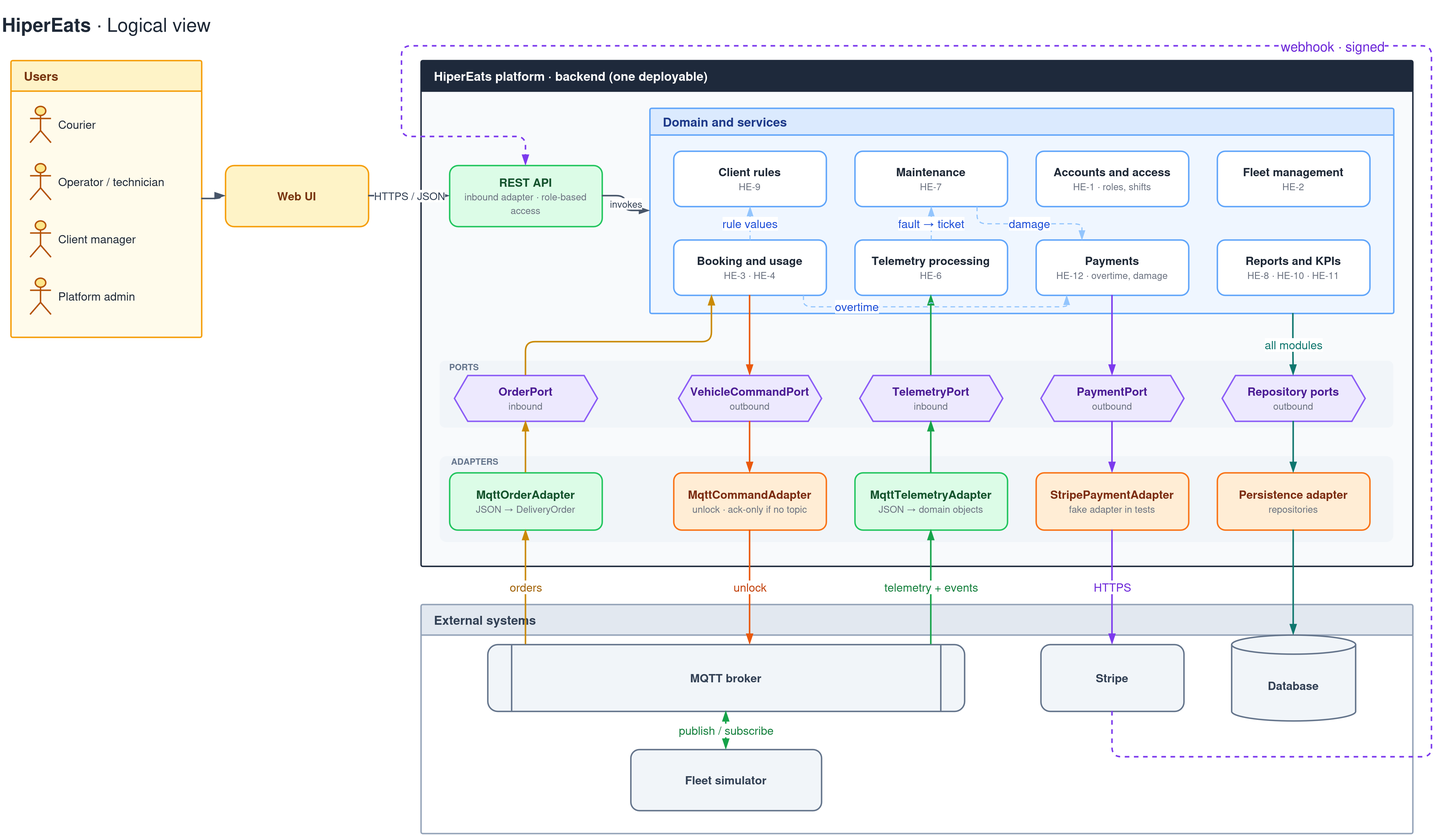
Before: docs/architecture/logical-view.png, a diagram exported from draw.io (HiperEats/HiperEats). Source tidied: cells renumbered, new cells last; positions are measured from the earlier drawing's top-left corner, leaving out a move shared by most shapes.
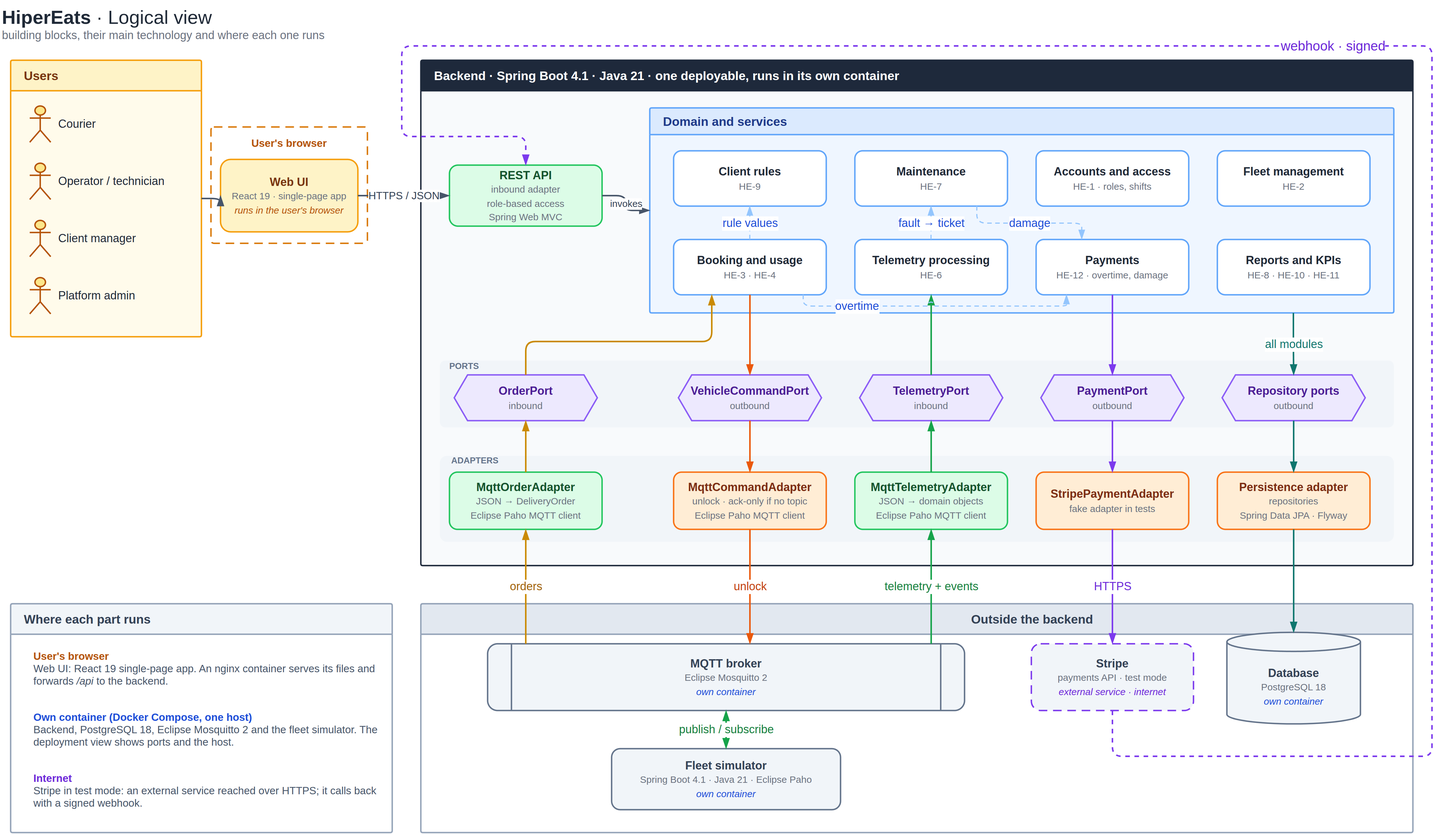
The same file after the commit.

Commit message:
HE-58 Show the technology and where each part runs in the logical view

Fix the deployment view versions: Spring Boot 4.1 and PostgreSQL 18.

Diff of the diagram source:
```diff
@@ -2,7 +2,7 @@
   <root>
     <mxCell id="0" />
     <mxCell id="1" parent="0" />
-    <mxCell id="2" value="&lt;font style=&quot;font-size:20px&quot;&gt;&lt;b&gt;HiperEats&lt;/b&gt; · Logical view&lt;/font&gt;" style="text;html=1;align=left;verticalAlign=middle;whiteSpace=wrap;strokeColor=none;fillColor=none;fontFamily=Helvetica;fontColor=#1F2937;" parent="1" vertex="1">
+    <mxCell id="2" value="&lt;font style=&quot;font-size:20px&quot;&gt;&lt;b&gt;HiperEats&lt;/b&gt; · Logical view&lt;/font&gt;&lt;br&gt;&lt;font style='font-size:12px' color='#6B7280'&gt;building blocks, their main technology and where each one runs&lt;/font&gt;" style="text;html=1;align=left;verticalAlign=middle;whiteSpace=wrap;strokeColor=none;fillColor=none;fontFamily=Helvetica;fontColor=#1F2937;" parent="1" vertex="1">
       <mxGeometry width="760" height="50" as="geometry" />
     </mxCell>
     <mxCell id="3" value="Users" style="whiteSpace=wrap;html=1;fontSize=12;fontFamily=Helvetica;fontColor=#1F2937;swimlane;startSize=32;rounded=1;arcSize=4;absoluteArcSize=1;horizontal=1;fillColor=#FEF3C7;swimlaneFillColor=#FFFBEB;strokeColor=#F59E0B;strokeWidth=1.5;fontStyle=1;fontSize=13;fontColor=#78350F;align=left;spacingLeft=12;" parent="1" vertex="1">
@@ -20,13 +20,16 @@
     <mxCell id="7" value="Platform admin" style="shape=umlActor;verticalLabelPosition=middle;labelPosition=right;align=left;verticalAlign=middle;spacingLeft=6;html=1;fillColor=#FDE68A;strokeColor=#B45309;strokeWidth=1.5;fontSize=12;fontFamily=Helvetica;fontColor=#1F2937;" parent="3" vertex="1">
       <mxGeometry x="20" y="228" width="22" height="38" as="geometry" />
     </mxCell>
+    <mxCell id="63" value="User's browser" style="rounded=1;arcSize=6;absoluteArcSize=1;html=1;whiteSpace=wrap;dashed=1;dashPattern=6 4;fillColor=none;strokeColor=#D97706;strokeWidth=1.5;fontFamily=Helvetica;fontSize=11;fontStyle=1;fontColor=#B45309;verticalAlign=top;align=center;spacingTop=4;" parent="1" vertex="1">
+      <mxGeometry x="221" y="133" width="164" height="122" as="geometry" />
+    </mxCell>
-    <mxCell id="8" value="&lt;b&gt;Web UI&lt;/b&gt;" style="whiteSpace=wrap;html=1;fontSize=12;fontFamily=Helvetica;fontColor=#1F2937;rounded=1;arcSize=14;fillColor=#FEF3C7;strokeColor=#F59E0B;strokeWidth=1.5;fontColor=#78350F;" parent="1" vertex="1">
-      <mxGeometry x="236" y="173" width="150" height="64" as="geometry" />
+    <mxCell id="8" value="&lt;b&gt;Web UI&lt;/b&gt;&lt;br&gt;&lt;font style='font-size:10px' color='#6B7280'&gt;React 19 · single-page app&lt;/font&gt;&lt;br&gt;&lt;font style='font-size:10px' color='#B45309'&gt;&lt;i&gt;runs in the user's browser&lt;/i&gt;&lt;/font&gt;" style="whiteSpace=wrap;html=1;fontSize=12;fontFamily=Helvetica;fontColor=#1F2937;rounded=1;arcSize=14;fillColor=#FEF3C7;strokeColor=#F59E0B;strokeWidth=1.5;fontColor=#78350F;" parent="1" vertex="1">
+      <mxGeometry x="231" y="167" width="144" height="76" as="geometry" />
     </mxCell>
-    <mxCell id="9" value="HiperEats platform  ·  backend (one deployable)" style="whiteSpace=wrap;html=1;fontSize=12;fontFamily=Helvetica;fontColor=#1F2937;swimlane;startSize=32;rounded=1;arcSize=4;absoluteArcSize=1;horizontal=1;fillColor=#1E293B;swimlaneFillColor=#F8FAFC;strokeColor=#1E293B;strokeWidth=1.5;fontStyle=1;fontSize=13;fontColor=#FFFFFF;align=left;spacingLeft=12;" parent="1" vertex="1">
+    <mxCell id="9" value="Backend  ·  Spring Boot 4.1  ·  Java 21  ·  one deployable, runs in its own container" style="whiteSpace=wrap;html=1;fontSize=12;fontFamily=Helvetica;fontColor=#1F2937;swimlane;startSize=32;rounded=1;arcSize=4;absoluteArcSize=1;horizontal=1;fillColor=#1E293B;swimlaneFillColor=#F8FAFC;strokeColor=#1E293B;strokeWidth=1.5;fontStyle=1;fontSize=13;fontColor=#FFFFFF;align=left;spacingLeft=12;" parent="1" vertex="1">
       <mxGeometry x="441" y="63" width="1040" height="530" as="geometry" />
     </mxCell>
-    <mxCell id="10" value="&lt;b&gt;REST API&lt;/b&gt;&lt;br&gt;&lt;font style='font-size:10px' color='#6B7280'&gt;inbound adapter · role-based access&lt;/font&gt;" style="whiteSpace=wrap;html=1;fontSize=12;fontFamily=Helvetica;fontColor=#1F2937;rounded=1;arcSize=14;fillColor=#DCFCE7;strokeColor=#22C55E;strokeWidth=1.5;fontColor=#14532D;" parent="9" vertex="1">
+    <mxCell id="10" value="&lt;b&gt;REST API&lt;/b&gt;&lt;br&gt;&lt;font style='font-size:10px' color='#6B7280'&gt;inbound adapter&lt;/font&gt;&lt;br&gt;&lt;font style='font-size:10px' color='#6B7280'&gt;role-based access&lt;/font&gt;&lt;br&gt;&lt;font style='font-size:10px' color='#6B7280'&gt;Spring Web MVC&lt;/font&gt;" style="whiteSpace=wrap;html=1;fontSize=12;fontFamily=Helvetica;fontColor=#1F2937;rounded=1;arcSize=14;fillColor=#DCFCE7;strokeColor=#22C55E;strokeWidth=1.5;fontColor=#14532D;" parent="9" vertex="1">
       <mxGeometry x="30" y="110" width="160" height="64" as="geometry" />
     </mxCell>
     <mxCell id="11" value="Domain and services&amp;nbsp;" style="whiteSpace=wrap;html=1;fontSize=12;fontFamily=Helvetica;fontColor=#1F2937;swimlane;startSize=28;rounded=1;arcSize=4;absoluteArcSize=1;horizontal=1;fillColor=#DBEAFE;swimlaneFillColor=#EFF6FF;strokeColor=#60A5FA;strokeWidth=1.5;fontStyle=1;fontSize=13;fontColor=#1E3A8A;align=left;spacingLeft=12;" parent="9" vertex="1">
@@ -83,35 +86,35 @@
     <mxCell id="28" value="&lt;b&gt;Repository ports&lt;/b&gt;&lt;br&gt;&lt;font style='font-size:10px' color='#6B7280'&gt;outbound&lt;/font&gt;" style="whiteSpace=wrap;html=1;fontSize=12;fontFamily=Helvetica;fontColor=#1F2937;shape=hexagon;perimeter=hexagonPerimeter2;fixedSize=1;size=14;fillColor=#EDE9FE;strokeColor=#8B5CF6;strokeWidth=1.5;fontColor=#4C1D95;" parent="9" vertex="1">
       <mxGeometry x="840" y="330" width="150" height="48" as="geometry" />
     </mxCell>
-    <mxCell id="29" value="&lt;b&gt;MqttOrderAdapter&lt;/b&gt;&lt;br&gt;&lt;font style='font-size:10px' color='#6B7280'&gt;JSON → DeliveryOrder&lt;/font&gt;" style="whiteSpace=wrap;html=1;fontSize=12;fontFamily=Helvetica;fontColor=#1F2937;rounded=1;arcSize=14;fillColor=#DCFCE7;strokeColor=#22C55E;strokeWidth=1.5;fontColor=#14532D;" parent="9" vertex="1">
+    <mxCell id="29" value="&lt;b&gt;MqttOrderAdapter&lt;/b&gt;&lt;br&gt;&lt;font style='font-size:10px' color='#6B7280'&gt;JSON → DeliveryOrder&lt;/font&gt;&lt;br&gt;&lt;font style='font-size:10px' color='#6B7280'&gt;Eclipse Paho MQTT client&lt;/font&gt;" style="whiteSpace=wrap;html=1;fontSize=12;fontFamily=Helvetica;fontColor=#1F2937;rounded=1;arcSize=14;fillColor=#DCFCE7;strokeColor=#22C55E;strokeWidth=1.5;fontColor=#14532D;" parent="9" vertex="1">
       <mxGeometry x="30" y="432" width="160" height="60" as="geometry" />
     </mxCell>
-    <mxCell id="30" value="&lt;b&gt;MqttCommandAdapter&lt;/b&gt;&lt;br&gt;&lt;font style='font-size:10px' color='#6B7280'&gt;unlock · ack-only if no topic&lt;/font&gt;" style="whiteSpace=wrap;html=1;fontSize=12;fontFamily=Helvetica;fontColor=#1F2937;rounded=1;arcSize=14;fillColor=#FFEDD5;strokeColor=#F97316;strokeWidth=1.5;fontColor=#7C2D12;" parent="9" vertex="1">
+    <mxCell id="30" value="&lt;b&gt;MqttCommandAdapter&lt;/b&gt;&lt;br&gt;&lt;font style='font-size:10px' color='#6B7280'&gt;unlock · ack-only if no topic&lt;/font&gt;&lt;br&gt;&lt;font style='font-size:10px' color='#6B7280'&gt;Eclipse Paho MQTT client&lt;/font&gt;" style="whiteSpace=wrap;html=1;fontSize=12;fontFamily=Helvetica;fontColor=#1F2937;rounded=1;arcSize=14;fillColor=#FFEDD5;strokeColor=#F97316;strokeWidth=1.5;fontColor=#7C2D12;" parent="9" vertex="1">
       <mxGeometry x="265" y="432" width="160" height="60" as="geometry" />
     </mxCell>
-    <mxCell id="31" value="&lt;b&gt;MqttTelemetryAdapter&lt;/b&gt;&lt;br&gt;&lt;font style='font-size:10px' color='#6B7280'&gt;JSON → domain objects&lt;/font&gt;" style="whiteSpace=wrap;html=1;fontSize=12;fontFamily=Helvetica;fontColor=#1F2937;rounded=1;arcSize=14;fillColor=#DCFCE7;strokeColor=#22C55E;strokeWidth=1.5;fontColor=#14532D;" parent="9" vertex="1">
+    <mxCell id="31" value="&lt;b&gt;MqttTelemetryAdapter&lt;/b&gt;&lt;br&gt;&lt;font style='font-size:10px' color='#6B7280'&gt;JSON → domain objects&lt;/font&gt;&lt;br&gt;&lt;font style='font-size:10px' color='#6B7280'&gt;Eclipse Paho MQTT client&lt;/font&gt;" style="whiteSpace=wrap;html=1;fontSize=12;fontFamily=Helvetica;fontColor=#1F2937;rounded=1;arcSize=14;fillColor=#DCFCE7;strokeColor=#22C55E;strokeWidth=1.5;fontColor=#14532D;" parent="9" vertex="1">
       <mxGeometry x="455" y="432" width="160" height="60" as="geometry" />
     </mxCell>
     <mxCell id="32" value="&lt;b&gt;StripePaymentAdapter&lt;/b&gt;&lt;br&gt;&lt;font style='font-size:10px' color='#6B7280'&gt;fake adapter in tests&lt;/font&gt;" style="whiteSpace=wrap;html=1;fontSize=12;fontFamily=Helvetica;fontColor=#1F2937;rounded=1;arcSize=14;fillColor=#FFEDD5;strokeColor=#F97316;strokeWidth=1.5;fontColor=#7C2D12;" parent="9" vertex="1">
       <mxGeometry x="645" y="432" width="160" height="60" as="geometry" />
     </mxCell>
-    <mxCell id="33" value="&lt;b&gt;Persistence adapter&lt;/b&gt;&lt;br&gt;&lt;font style='font-size:10px' color='#6B7280'&gt;repositories&lt;/font&gt;" style="whiteSpace=wrap;html=1;fontSize=12;fontFamily=Helvetica;fontColor=#1F2937;rounded=1;arcSize=14;fillColor=#FFEDD5;strokeColor=#F97316;strokeWidth=1.5;fontColor=#7C2D12;" parent="9" vertex="1">
+    <mxCell id="33" value="&lt;b&gt;Persistence adapter&lt;/b&gt;&lt;br&gt;&lt;font style='font-size:10px' color='#6B7280'&gt;repositories&lt;/font&gt;&lt;br&gt;&lt;font style='font-size:10px' color='#6B7280'&gt;Spring Data JPA · Flyway&lt;/font&gt;" style="whiteSpace=wrap;html=1;fontSize=12;fontFamily=Helvetica;fontColor=#1F2937;rounded=1;arcSize=14;fillColor=#FFEDD5;strokeColor=#F97316;strokeWidth=1.5;fontColor=#7C2D12;" parent="9" vertex="1">
       <mxGeometry x="835" y="432" width="160" height="60" as="geometry" />
     </mxCell>
-    <mxCell id="34" value="External systems" style="whiteSpace=wrap;html=1;fontSize=12;fontFamily=Helvetica;fontColor=#1F2937;swimlane;startSize=32;rounded=1;arcSize=4;absoluteArcSize=1;horizontal=1;fillColor=#E2E8F0;swimlaneFillColor=#FFFFFF;strokeColor=#94A3B8;strokeWidth=1.5;fontStyle=1;fontSize=13;fontColor=#334155;align=left;spacingLeft=12;" parent="1" vertex="1">
+    <mxCell id="34" value="Outside the backend" style="whiteSpace=wrap;html=1;fontSize=12;fontFamily=Helvetica;fontColor=#1F2937;swimlane;startSize=32;rounded=1;arcSize=4;absoluteArcSize=1;horizontal=1;fillColor=#E2E8F0;swimlaneFillColor=#FFFFFF;strokeColor=#94A3B8;strokeWidth=1.5;fontStyle=1;fontSize=13;fontColor=#334155;align=left;spacingLeft=575;" parent="1" vertex="1">
       <mxGeometry x="441" y="633" width="1040" height="240" as="geometry" />
     </mxCell>
-    <mxCell id="35" value="&lt;b&gt;MQTT broker&lt;/b&gt;" style="whiteSpace=wrap;html=1;fontSize=12;fontFamily=Helvetica;fontColor=#1F2937;shape=process;backgroundOutline=1;size=0.05;rounded=1;fillColor=#F1F5F9;strokeColor=#64748B;strokeWidth=1.5;fontColor=#334155;" parent="34" vertex="1">
+    <mxCell id="35" value="&lt;b&gt;MQTT broker&lt;/b&gt;&lt;br&gt;&lt;font style='font-size:10px' color='#6B7280'&gt;Eclipse Mosquitto 2&lt;/font&gt;&lt;br&gt;&lt;font style='font-size:10px' color='#1D4ED8'&gt;&lt;i&gt;own container&lt;/i&gt;&lt;/font&gt;" style="whiteSpace=wrap;html=1;fontSize=12;fontFamily=Helvetica;fontColor=#1F2937;shape=process;backgroundOutline=1;size=0.05;rounded=1;fillColor=#F1F5F9;strokeColor=#64748B;strokeWidth=1.5;fontColor=#334155;" parent="34" vertex="1">
       <mxGeometry x="70" y="42" width="500" height="70" as="geometry" />
     </mxCell>
-    <mxCell id="36" value="&lt;b&gt;Fleet simulator&lt;/b&gt;" style="whiteSpace=wrap;html=1;fontSize=12;fontFamily=Helvetica;fontColor=#1F2937;rounded=1;arcSize=14;fillColor=#F1F5F9;strokeColor=#64748B;strokeWidth=1.5;fontColor=#334155;" parent="34" vertex="1">
-      <mxGeometry x="220" y="152" width="200" height="64" as="geometry" />
+    <mxCell id="36" value="&lt;b&gt;Fleet simulator&lt;/b&gt;&lt;br&gt;&lt;font style='font-size:10px' color='#6B7280'&gt;Spring Boot 4.1 · Java 21 · Eclipse Paho&lt;/font&gt;&lt;br&gt;&lt;font style='font-size:10px' color='#1D4ED8'&gt;&lt;i&gt;own container&lt;/i&gt;&lt;/font&gt;" style="whiteSpace=wrap;html=1;fontSize=12;fontFamily=Helvetica;fontColor=#1F2937;rounded=1;arcSize=14;fillColor=#F1F5F9;strokeColor=#64748B;strokeWidth=1.5;fontColor=#334155;" parent="34" vertex="1">
+      <mxGeometry x="200" y="152" width="240" height="64" as="geometry" />
     </mxCell>
-    <mxCell id="37" value="&lt;b&gt;Stripe&lt;/b&gt;" style="whiteSpace=wrap;html=1;fontSize=12;fontFamily=Helvetica;fontColor=#1F2937;rounded=1;arcSize=14;fillColor=#F1F5F9;strokeColor=#64748B;strokeWidth=1.5;fontColor=#334155;" parent="34" vertex="1">
-      <mxGeometry x="650" y="42" width="150" height="70" as="geometry" />
+    <mxCell id="37" value="&lt;b&gt;Stripe&lt;/b&gt;&lt;br&gt;&lt;font style='font-size:10px' color='#6B7280'&gt;payments API · test mode&lt;/font&gt;&lt;br&gt;&lt;font style='font-size:10px' color='#6D28D9'&gt;&lt;i&gt;external service · internet&lt;/i&gt;&lt;/font&gt;" style="whiteSpace=wrap;html=1;fontSize=12;fontFamily=Helvetica;fontColor=#1F2937;rounded=1;arcSize=14;fillColor=#F1F5F9;strokeColor=#7C3AED;dashed=1;dashPattern=6 4;strokeWidth=1.5;fontColor=#334155;" parent="34" vertex="1">
+      <mxGeometry x="640" y="42" width="170" height="70" as="geometry" />
     </mxCell>
-    <mxCell id="38" value="&lt;b&gt;Database&lt;/b&gt;" style="whiteSpace=wrap;html=1;fontSize=12;fontFamily=Helvetica;fontColor=#1F2937;shape=cylinder3;boundedLbl=1;backgroundOutline=1;size=10;fillColor=#F1F5F9;strokeColor=#64748B;strokeWidth=1.5;fontColor=#334155;" parent="34" vertex="1">
-      <mxGeometry x="850" y="32" width="130" height="90" as="geometry" />
+    <mxCell id="38" value="&lt;b&gt;Database&lt;/b&gt;&lt;br&gt;&lt;font style='font-size:10px' color='#6B7280'&gt;PostgreSQL 18&lt;/font&gt;&lt;br&gt;&lt;font style='font-size:10px' color='#1D4ED8'&gt;&lt;i&gt;own container&lt;/i&gt;&lt;/font&gt;" style="whiteSpace=wrap;html=1;fontSize=12;fontFamily=Helvetica;fontColor=#1F2937;shape=cylinder3;boundedLbl=1;backgroundOutline=1;size=10;fillColor=#F1F5F9;strokeColor=#64748B;strokeWidth=1.5;fontColor=#334155;" parent="34" vertex="1">
+      <mxGeometry x="845" y="30" width="140" height="96" as="geometry" />
     </mxCell>
     <mxCell id="39" style="edgeStyle=orthogonalEdgeStyle;rounded=1;jettySize=auto;html=1;endArrow=blockThin;endFill=1;endSize=7;strokeWidth=1.6;labelBackgroundColor=#FFFFFF;fontSize=10;fontFamily=Helvetica;strokeColor=#475569;fontColor=#334155;" parent="1" edge="1" source="3" target="8">
       <mxGeometry relative="1" as="geometry" />
@@ -209,5 +212,17 @@
         </Array>
       </mxGeometry>
     </mxCell>
+    <mxCell id="64" value="Where each part runs" style="whiteSpace=wrap;html=1;fontSize=12;fontFamily=Helvetica;fontColor=#1F2937;swimlane;startSize=32;rounded=1;arcSize=4;absoluteArcSize=1;horizontal=1;fillColor=#F1F5F9;swimlaneFillColor=#FFFFFF;strokeColor=#94A3B8;strokeWidth=1.5;fontStyle=1;fontSize=13;fontColor=#334155;align=left;spacingLeft=12;" parent="1" vertex="1">
+      <mxGeometry x="11" y="633" width="400" height="240" as="geometry" />
+    </mxCell>
+    <mxCell id="65" value="&lt;font color='#B45309'&gt;&lt;b&gt;User's browser&lt;/b&gt;&lt;/font&gt;&lt;br&gt;&lt;font color='#475569'&gt;Web UI: React 19 single-page app. An nginx container serves its files and forwards &lt;i&gt;/api&lt;/i&gt; to the backend.&lt;/font&gt;" style="text;html=1;whiteSpace=wrap;align=left;verticalAlign=top;strokeColor=none;fillColor=none;fontFamily=Helvetica;fontSize=11;fontColor=#1F2937;spacingLeft=6;" parent="64" vertex="1">
+      <mxGeometry x="16" y="42" width="370" height="60" as="geometry" />
+    </mxCell>
+    <mxCell id="66" value="&lt;font color='#1D4ED8'&gt;&lt;b&gt;Own container (Docker Compose, one host)&lt;/b&gt;&lt;/font&gt;&lt;br&gt;&lt;font color='#475569'&gt;Backend, PostgreSQL 18, Eclipse Mosquitto 2 and the fleet simulator. The deployment view shows ports and the host.&lt;/font&gt;" style="text;html=1;whiteSpace=wrap;align=left;verticalAlign=top;strokeColor=none;fillColor=none;fontFamily=Helvetica;fontSize=11;fontColor=#1F2937;spacingLeft=6;" parent="64" vertex="1">
+      <mxGeometry x="16" y="106" width="370" height="60" as="geometry" />
+    </mxCell>
+    <mxCell id="67" value="&lt;font color='#6D28D9'&gt;&lt;b&gt;Internet&lt;/b&gt;&lt;/font&gt;&lt;br&gt;&lt;font color='#475569'&gt;Stripe in test mode: an external service reached over HTTPS; it calls back with a signed webhook.&lt;/font&gt;" style="text;html=1;whiteSpace=wrap;align=left;verticalAlign=top;strokeColor=none;fillColor=none;fontFamily=Helvetica;fontSize=11;fontColor=#1F2937;spacingLeft=6;" parent="64" vertex="1">
+      <mxGeometry x="16" y="170" width="370" height="60" as="geometry" />
+    </mxCell>
   </root>
 </mxGraphModel>
```
